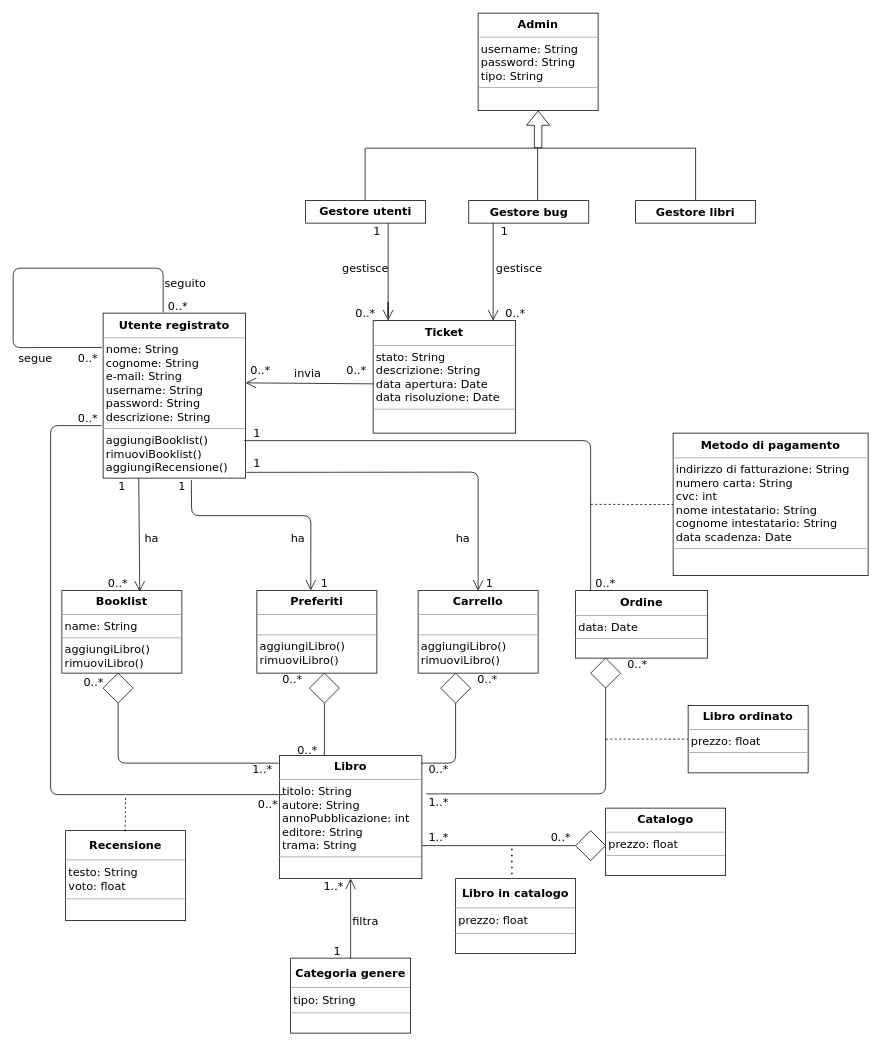
Earlier version of the draw.io diagram Documenti/RAD/modello_ad_oggetti/class_diagram.drawio (AleBarbados/NewSocialBookRepo). Source tidied: cells renumbered, new cells numbered last; positions are measured from the earlier drawing's top-left corner, leaving out a move shared by most shapes. Both pictures are drawn from the tidied source at 75%, with x=0, y=0 at pixel (13, 13).
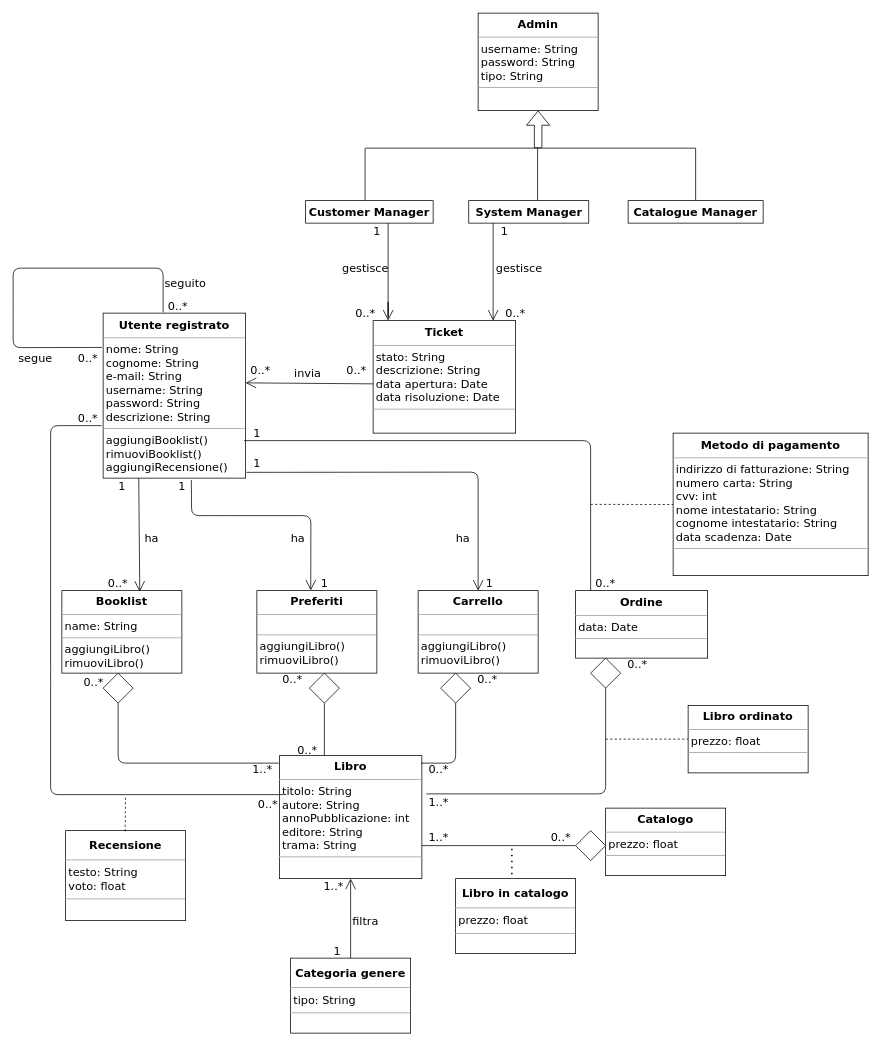
Above is the later version.

What changed in the source:
```diff
@@
-    <mxCell id="72" value="&lt;h2 style=&quot;margin: 0px ; margin-top: 4px ; text-align: center&quot;&gt;&lt;font face=&quot;Verdana&quot;&gt;&lt;span style=&quot;font-size: 15px&quot;&gt;Metodo di pagamento&lt;/span&gt;&lt;/font&gt;&lt;/h2&gt;&lt;hr size=&quot;1&quot;&gt;&lt;p style=&quot;margin: 0px ; margin-left: 4px&quot;&gt;&lt;font face=&quot;Verdana&quot; style=&quot;font-size: 15px&quot;&gt;indirizzo di fatturazione: String&lt;/font&gt;&lt;/p&gt;&lt;p style=&quot;margin: 0px ; margin-left: 4px&quot;&gt;&lt;font face=&quot;Verdana&quot; style=&quot;font-size: 15px&quot;&gt;numero carta: String&lt;/font&gt;&lt;/p&gt;&lt;p style=&quot;margin: 0px ; margin-left: 4px&quot;&gt;&lt;span style=&quot;font-size: 15px ; font-family: &amp;#34;verdana&amp;#34;&quot;&gt;cvc: int&lt;/span&gt;&lt;/p&gt;&lt;p style=&quot;margin: 0px ; margin-left: 4px&quot;&gt;&lt;span style=&quot;font-size: 15px ; font-family: &amp;#34;verdana&amp;#34;&quot;&gt;nome intestatario: String&lt;/span&gt;&lt;/p&gt;&lt;p style=&quot;margin: 0px ; margin-left: 4px&quot;&gt;&lt;span style=&quot;font-size: 15px ; font-family: &amp;#34;verdana&amp;#34;&quot;&gt;cognome intestatario: String&lt;/span&gt;&lt;/p&gt;&lt;p style=&quot;margin: 0px ; margin-left: 4px&quot;&gt;&lt;span style=&quot;font-size: 15px ; font-family: &amp;#34;verdana&amp;#34;&quot;&gt;data scadenza: Date&lt;/span&gt;&lt;/p&gt;&lt;hr size=&quot;1&quot;&gt;&lt;p style=&quot;margin: 0px 0px 0px 4px ; font-size: 15px&quot;&gt;&lt;br&gt;&lt;/p&gt;" style="verticalAlign=top;align=left;overflow=fill;fontSize=12;fontFamily=Helvetica;html=1;" parent="1" vertex="1">
+    <mxCell id="72" value="&lt;h2 style=&quot;margin: 0px ; margin-top: 4px ; text-align: center&quot;&gt;&lt;font face=&quot;Verdana&quot;&gt;&lt;span style=&quot;font-size: 15px&quot;&gt;Metodo di pagamento&lt;/span&gt;&lt;/font&gt;&lt;/h2&gt;&lt;hr size=&quot;1&quot;&gt;&lt;p style=&quot;margin: 0px ; margin-left: 4px&quot;&gt;&lt;font face=&quot;Verdana&quot; style=&quot;font-size: 15px&quot;&gt;indirizzo di fatturazione: String&lt;/font&gt;&lt;/p&gt;&lt;p style=&quot;margin: 0px ; margin-left: 4px&quot;&gt;&lt;font face=&quot;Verdana&quot; style=&quot;font-size: 15px&quot;&gt;numero carta: String&lt;/font&gt;&lt;/p&gt;&lt;p style=&quot;margin: 0px ; margin-left: 4px&quot;&gt;&lt;span style=&quot;font-size: 15px ; font-family: &amp;#34;verdana&amp;#34;&quot;&gt;cvv: int&lt;/span&gt;&lt;/p&gt;&lt;p style=&quot;margin: 0px ; margin-left: 4px&quot;&gt;&lt;span style=&quot;font-size: 15px ; font-family: &amp;#34;verdana&amp;#34;&quot;&gt;nome intestatario: String&lt;/span&gt;&lt;/p&gt;&lt;p style=&quot;margin: 0px ; margin-left: 4px&quot;&gt;&lt;span style=&quot;font-size: 15px ; font-family: &amp;#34;verdana&amp;#34;&quot;&gt;cognome intestatario: String&lt;/span&gt;&lt;/p&gt;&lt;p style=&quot;margin: 0px ; margin-left: 4px&quot;&gt;&lt;span style=&quot;font-size: 15px ; font-family: &amp;#34;verdana&amp;#34;&quot;&gt;data scadenza: Date&lt;/span&gt;&lt;/p&gt;&lt;hr size=&quot;1&quot;&gt;&lt;p style=&quot;margin: 0px 0px 0px 4px ; font-size: 15px&quot;&gt;&lt;br&gt;&lt;/p&gt;" style="verticalAlign=top;align=left;overflow=fill;fontSize=12;fontFamily=Helvetica;html=1;" parent="1" vertex="1">
       <mxGeometry x="880" y="560" width="260" height="190" as="geometry" />
     </mxCell>
@@
-    <mxCell id="75" value="&lt;h2 style=&quot;margin: 0px ; margin-top: 4px ; text-align: center&quot;&gt;&lt;b&gt;&lt;font face=&quot;Verdana&quot; style=&quot;font-size: 15px&quot;&gt;Gestore utenti&lt;/font&gt;&lt;/b&gt;&lt;/h2&gt;&lt;div&gt;&lt;b&gt;&lt;font face=&quot;Verdana&quot; style=&quot;font-size: 15px&quot;&gt;&lt;br&gt;&lt;/font&gt;&lt;/b&gt;&lt;/div&gt;" style="verticalAlign=top;align=left;overflow=fill;fontSize=12;fontFamily=Helvetica;html=1;" parent="1" vertex="1">
-      <mxGeometry x="390" y="250" width="160" height="30" as="geometry" />
+    <mxCell id="75" value="&lt;h2 style=&quot;margin: 0px ; margin-top: 4px ; text-align: center&quot;&gt;&lt;font face=&quot;Verdana&quot;&gt;&lt;span style=&quot;font-size: 15px&quot;&gt;Customer Manager&lt;/span&gt;&lt;/font&gt;&lt;/h2&gt;" style="verticalAlign=top;align=left;overflow=fill;fontSize=12;fontFamily=Helvetica;html=1;" parent="1" vertex="1">
+      <mxGeometry x="390" y="250" width="170" height="30" as="geometry" />
     </mxCell>
-    <mxCell id="76" value="&lt;h2 style=&quot;margin: 0px ; margin-top: 4px ; text-align: center&quot;&gt;&lt;font face=&quot;Verdana&quot;&gt;&lt;span style=&quot;font-size: 15px&quot;&gt;Gestore bug&lt;/span&gt;&lt;/font&gt;&lt;/h2&gt;" style="verticalAlign=top;align=left;overflow=fill;fontSize=12;fontFamily=Helvetica;html=1;" parent="1" vertex="1">
+    <mxCell id="76" value="&lt;h2 style=&quot;margin: 0px ; margin-top: 4px ; text-align: center&quot;&gt;&lt;font face=&quot;Verdana&quot;&gt;&lt;span style=&quot;font-size: 15px&quot;&gt;System Manager&lt;/span&gt;&lt;/font&gt;&lt;/h2&gt;" style="verticalAlign=top;align=left;overflow=fill;fontSize=12;fontFamily=Helvetica;html=1;" parent="1" vertex="1">
       <mxGeometry x="607.5" y="250" width="160" height="30" as="geometry" />
     </mxCell>
-    <mxCell id="77" value="&lt;h2 style=&quot;margin: 0px ; margin-top: 4px ; text-align: center&quot;&gt;&lt;font face=&quot;Verdana&quot;&gt;&lt;span style=&quot;font-size: 15px&quot;&gt;Gestore libri&lt;/span&gt;&lt;/font&gt;&lt;/h2&gt;" style="verticalAlign=top;align=left;overflow=fill;fontSize=12;fontFamily=Helvetica;html=1;" parent="1" vertex="1">
-      <mxGeometry x="830" y="250" width="160" height="30" as="geometry" />
+    <mxCell id="77" value="&lt;h2 style=&quot;margin: 0px ; margin-top: 4px ; text-align: center&quot;&gt;&lt;font face=&quot;Verdana&quot;&gt;&lt;span style=&quot;font-size: 15px&quot;&gt;Catalogue Manager&lt;/span&gt;&lt;/font&gt;&lt;/h2&gt;" style="verticalAlign=top;align=left;overflow=fill;fontSize=12;fontFamily=Helvetica;html=1;" parent="1" vertex="1">
+      <mxGeometry x="820" y="250" width="180" height="30" as="geometry" />
     </mxCell>
```
